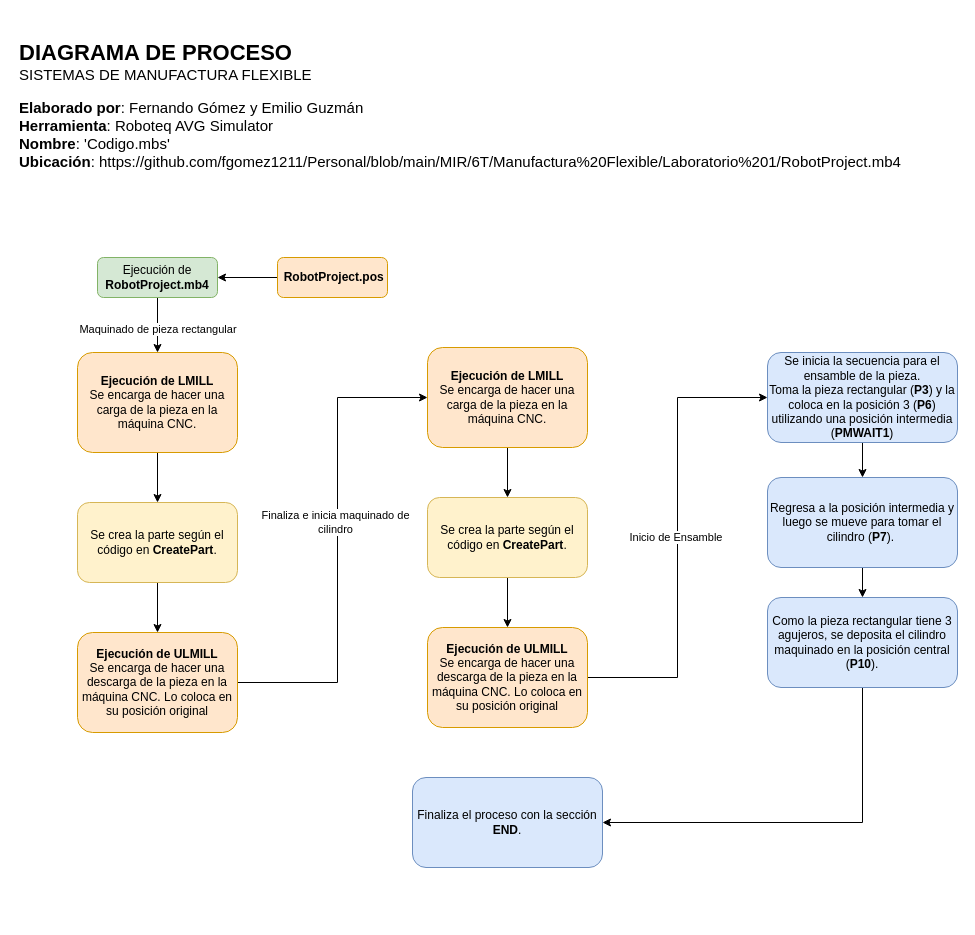
fgomez1211/Personal keeps this draw.io diagram as MIR/6T/Manufactura Flexible/Laboratorio 2/Laboratorio 2 - Diagrama de Proceso.drawio. Above is the earlier version. Source tidied: cells renumbered, new cells numbered last; positions are measured from the earlier drawing's top-left corner, leaving out a move shared by most shapes. Both pictures are drawn from the tidied source at 100%, with x=0, y=0 at pixel (17, 17).
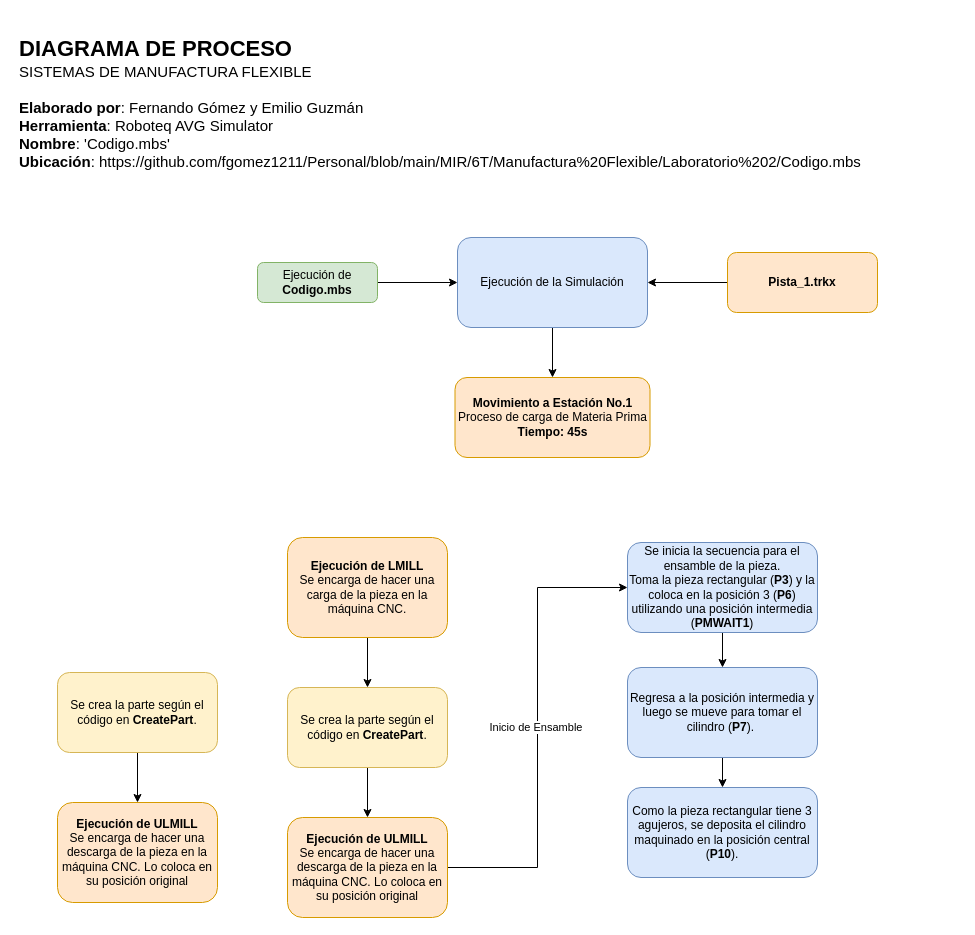
After the change.

Diff of the diagram source:
```diff
@@
-    <mxCell id="2" style="edgeStyle=orthogonalEdgeStyle;rounded=0;jettySize=auto;html=1;" parent="1" edge="1" source="4" target="6">
-      <mxGeometry relative="1" as="geometry" />
-    </mxCell>
-    <mxCell id="3" value="Maquinado de pieza rectangular&amp;nbsp;" style="edgeLabel;html=1;align=center;verticalAlign=middle;" parent="2" vertex="1">
-      <mxGeometry x="0.13" y="1" relative="1" as="geometry" />
-    </mxCell>
+    <mxCell id="28" style="edgeStyle=orthogonalEdgeStyle;rounded=0;jettySize=auto;html=1;exitX=1;exitY=0.5;exitDx=0;exitDy=0;" parent="1" edge="1" source="4" target="27">
+      <mxGeometry relative="1" as="geometry" />
+    </mxCell>
-    <mxCell id="4" value="Ejecución de &lt;b&gt;RobotProject.mb4&lt;/b&gt;" style="rounded=1;whiteSpace=wrap;html=1;fontSize=12;glass=0;strokeWidth=1;shadow=0;fillColor=#d5e8d4;strokeColor=#82b366;" parent="1" vertex="1">
-      <mxGeometry x="80" y="240" width="120" height="40" as="geometry" />
+    <mxCell id="4" value="Ejecución de &lt;b&gt;Codigo.mbs&lt;/b&gt;" style="rounded=1;whiteSpace=wrap;html=1;fontSize=12;glass=0;strokeWidth=1;shadow=0;fillColor=#d5e8d4;strokeColor=#82b366;" parent="1" vertex="1">
+      <mxGeometry x="240" y="245" width="120" height="40" as="geometry" />
     </mxCell>
-    <mxCell id="5" style="edgeStyle=orthogonalEdgeStyle;rounded=0;jettySize=auto;html=1;" parent="1" edge="1" source="6" target="8">
-      <mxGeometry relative="1" as="geometry" />
-    </mxCell>
-    <mxCell id="6" value="&lt;b&gt;Ejecución de LMILL&lt;br&gt;&lt;/b&gt;Se encarga de hacer una carga de la pieza en la máquina CNC." style="whiteSpace=wrap;html=1;rounded=1;glass=0;strokeWidth=1;shadow=0;fillColor=#ffe6cc;strokeColor=#d79b00;" parent="1" vertex="1">
-      <mxGeometry x="60" y="335" width="160" height="100" as="geometry" />
+    <mxCell id="6" value="&lt;b&gt;Movimiento a Estación No.1&lt;/b&gt;&lt;br&gt;Proceso de carga de Materia Prima&lt;br&gt;&lt;b&gt;Tiempo: 45s&lt;/b&gt;" style="whiteSpace=wrap;html=1;rounded=1;glass=0;strokeWidth=1;shadow=0;fillColor=#ffe6cc;strokeColor=#d79b00;" parent="1" vertex="1">
+      <mxGeometry x="437.5" y="360" width="195" height="80" as="geometry" />
     </mxCell>
@@
     <mxCell id="8" value="Se crea la parte según el código en &lt;b&gt;CreatePart&lt;/b&gt;." style="whiteSpace=wrap;html=1;rounded=1;glass=0;strokeWidth=1;shadow=0;fillColor=#fff2cc;strokeColor=#d6b656;" parent="1" vertex="1">
-      <mxGeometry x="60" y="485" width="160" height="80" as="geometry" />
+      <mxGeometry x="40" y="655" width="160" height="80" as="geometry" />
     </mxCell>
@@
     <mxCell id="10" value="Se inicia la secuencia para el ensamble de la pieza. &lt;br&gt;Toma la pieza rectangular (&lt;b&gt;P3&lt;/b&gt;) y la coloca en la posición 3 (&lt;b&gt;P6&lt;/b&gt;) utilizando una posición intermedia (&lt;b&gt;PMWAIT1&lt;/b&gt;)" style="whiteSpace=wrap;html=1;rounded=1;glass=0;strokeWidth=1;shadow=0;fillColor=#dae8fc;strokeColor=#6c8ebf;" parent="1" vertex="1">
-      <mxGeometry x="750" y="335" width="190" height="90" as="geometry" />
+      <mxGeometry x="610" y="525" width="190" height="90" as="geometry" />
     </mxCell>
-    <mxCell id="11" value="&lt;b style=&quot;font-size: 22px;&quot;&gt;DIAGRAMA DE PROCESO&lt;br&gt;&lt;/b&gt;&lt;font style=&quot;&quot;&gt;&lt;span style=&quot;font-size: 15px;&quot;&gt;SISTEMAS DE MANUFACTURA FLEXIBLE&lt;br&gt;&lt;/span&gt;&lt;br&gt;&lt;span style=&quot;font-size: 15px;&quot;&gt;&lt;b&gt;Elaborado por&lt;/b&gt;: Fernando Gómez y Emilio Guzmán&lt;/span&gt;&lt;br&gt;&lt;span style=&quot;font-size: 15px;&quot;&gt;&lt;b&gt;Herramienta&lt;/b&gt;: Roboteq AVG Simulator&lt;/span&gt;&lt;br&gt;&lt;span style=&quot;font-size: 15px;&quot;&gt;&lt;b&gt;Nombre&lt;/b&gt;: 'Codigo.mbs'&lt;/span&gt;&lt;br&gt;&lt;span style=&quot;font-size: 15px;&quot;&gt;&lt;b&gt;Ubicación&lt;/b&gt;:&amp;nbsp;https://github.com/fgomez1211/Personal/blob/main/MIR/6T/Manufactura%20Flexible/Laboratorio%201/RobotProject.mb4&lt;/span&gt;&lt;br&gt;&lt;br&gt;&lt;/font&gt;" style="text;html=1;strokeColor=none;fillColor=none;align=left;verticalAlign=middle;whiteSpace=wrap;rounded=0;" parent="1" vertex="1">
-      <mxGeometry width="920" height="190" as="geometry" />
+    <mxCell id="11" value="&lt;b style=&quot;font-size: 22px;&quot;&gt;DIAGRAMA DE PROCESO&lt;br&gt;&lt;/b&gt;&lt;font style=&quot;font-size: 15px;&quot;&gt;&lt;span style=&quot;font-size: 15px;&quot;&gt;SISTEMAS DE MANUFACTURA FLEXIBLE&lt;br&gt;&lt;/span&gt;&lt;br&gt;&lt;span style=&quot;font-size: 15px;&quot;&gt;&lt;b&gt;Elaborado por&lt;/b&gt;: Fernando Gómez y Emilio Guzmán&lt;/span&gt;&lt;br&gt;&lt;span style=&quot;font-size: 15px;&quot;&gt;&lt;b&gt;Herramienta&lt;/b&gt;: Roboteq AVG Simulator&lt;/span&gt;&lt;br&gt;&lt;span style=&quot;font-size: 15px;&quot;&gt;&lt;b&gt;Nombre&lt;/b&gt;: 'Codigo.mbs'&lt;/span&gt;&lt;br&gt;&lt;font style=&quot;font-size: 15px;&quot;&gt;&lt;b&gt;Ubicación&lt;/b&gt;:&amp;nbsp;https://github.com/fgomez1211/Personal/blob/main/MIR/6T/Manufactura%20Flexible/Laboratorio%202/Codigo.mbs&lt;br&gt;&lt;/font&gt;&lt;br&gt;&lt;/font&gt;" style="text;html=1;strokeColor=none;fillColor=none;align=left;verticalAlign=middle;whiteSpace=wrap;rounded=0;" parent="1" vertex="1">
+      <mxGeometry width="860" height="190" as="geometry" />
     </mxCell>
-    <mxCell id="12" style="edgeStyle=orthogonalEdgeStyle;rounded=0;jettySize=auto;html=1;entryX=1;entryY=0.5;entryDx=0;entryDy=0;" parent="1" edge="1" source="13" target="4">
+    <mxCell id="12" style="edgeStyle=orthogonalEdgeStyle;rounded=0;jettySize=auto;html=1;entryX=1;entryY=0.5;entryDx=0;entryDy=0;" parent="1" edge="1" source="13" target="27">
       <mxGeometry relative="1" as="geometry" />
     </mxCell>
-    <mxCell id="13" value="&amp;nbsp;&lt;b&gt;RobotProject.pos&lt;/b&gt;" style="whiteSpace=wrap;html=1;rounded=1;glass=0;strokeWidth=1;shadow=0;fillColor=#ffe6cc;strokeColor=#d79b00;" parent="1" vertex="1">
-      <mxGeometry x="260" y="240" width="110" height="40" as="geometry" />
+    <mxCell id="13" value="&lt;b&gt;Pista_1.trkx&lt;/b&gt;" style="whiteSpace=wrap;html=1;rounded=1;glass=0;strokeWidth=1;shadow=0;fillColor=#ffe6cc;strokeColor=#d79b00;" parent="1" vertex="1">
+      <mxGeometry x="710" y="235" width="150" height="60" as="geometry" />
     </mxCell>
-    <mxCell id="14" style="edgeStyle=orthogonalEdgeStyle;rounded=0;jettySize=auto;html=1;entryX=0;entryY=0.5;entryDx=0;entryDy=0;" parent="1" edge="1" source="16" target="18">
-      <mxGeometry relative="1" as="geometry">
-        <Array as="points">
-          <mxPoint x="320" y="665" />
-          <mxPoint x="320" y="380" />
-        </Array>
-      </mxGeometry>
-    </mxCell>
-    <mxCell id="15" value="Finaliza e inicia maquinado de&lt;br&gt;cilindro" style="edgeLabel;html=1;align=center;verticalAlign=middle;" parent="14" vertex="1">
-      <mxGeometry x="0.1" y="3" relative="1" as="geometry" />
-    </mxCell>
     <mxCell id="16" value="&lt;b&gt;Ejecución de ULMILL&lt;br&gt;&lt;/b&gt;Se encarga de hacer una descarga de la pieza en la máquina CNC. Lo coloca en su posición original" style="whiteSpace=wrap;html=1;rounded=1;glass=0;strokeWidth=1;shadow=0;fillColor=#ffe6cc;strokeColor=#d79b00;" parent="1" vertex="1">
-      <mxGeometry x="60" y="615" width="160" height="100" as="geometry" />
+      <mxGeometry x="40" y="785" width="160" height="100" as="geometry" />
     </mxCell>
@@
     <mxCell id="18" value="&lt;b&gt;Ejecución de LMILL&lt;br&gt;&lt;/b&gt;Se encarga de hacer una carga de la pieza en la máquina CNC." style="whiteSpace=wrap;html=1;rounded=1;glass=0;strokeWidth=1;shadow=0;fillColor=#ffe6cc;strokeColor=#d79b00;" parent="1" vertex="1">
-      <mxGeometry x="410" y="330" width="160" height="100" as="geometry" />
+      <mxGeometry x="270" y="520" width="160" height="100" as="geometry" />
     </mxCell>
@@
     <mxCell id="20" value="Se crea la parte según el código en &lt;b&gt;CreatePart&lt;/b&gt;." style="whiteSpace=wrap;html=1;rounded=1;glass=0;strokeWidth=1;shadow=0;fillColor=#fff2cc;strokeColor=#d6b656;" parent="1" vertex="1">
-      <mxGeometry x="410" y="480" width="160" height="80" as="geometry" />
+      <mxGeometry x="270" y="670" width="160" height="80" as="geometry" />
     </mxCell>
     <mxCell id="21" value="Inicio de Ensamble&amp;nbsp;" style="edgeStyle=orthogonalEdgeStyle;rounded=0;jettySize=auto;html=1;exitX=1;exitY=0.5;exitDx=0;exitDy=0;entryX=0;entryY=0.5;entryDx=0;entryDy=0;" parent="1" edge="1" source="22" target="10">
       <mxGeometry relative="1" as="geometry">
         <Array as="points">
-          <mxPoint x="660" y="660" />
-          <mxPoint x="660" y="380" />
+          <mxPoint x="520" y="850" />
+          <mxPoint x="520" y="570" />
         </Array>
       </mxGeometry>
     </mxCell>
     <mxCell id="22" value="&lt;b&gt;Ejecución de ULMILL&lt;br&gt;&lt;/b&gt;Se encarga de hacer una descarga de la pieza en la máquina CNC. Lo coloca en su posición original" style="whiteSpace=wrap;html=1;rounded=1;glass=0;strokeWidth=1;shadow=0;fillColor=#ffe6cc;strokeColor=#d79b00;" parent="1" vertex="1">
-      <mxGeometry x="410" y="610" width="160" height="100" as="geometry" />
+      <mxGeometry x="270" y="800" width="160" height="100" as="geometry" />
     </mxCell>
@@
     <mxCell id="24" value="Regresa a la posición intermedia y luego se mueve para tomar el cilindro (&lt;b&gt;P7&lt;/b&gt;).&amp;nbsp;" style="whiteSpace=wrap;html=1;rounded=1;glass=0;strokeWidth=1;shadow=0;fillColor=#dae8fc;strokeColor=#6c8ebf;" parent="1" vertex="1">
-      <mxGeometry x="750" y="460" width="190" height="90" as="geometry" />
+      <mxGeometry x="610" y="650" width="190" height="90" as="geometry" />
     </mxCell>
-    <mxCell id="25" style="edgeStyle=orthogonalEdgeStyle;rounded=0;jettySize=auto;html=1;exitX=0.5;exitY=1;exitDx=0;exitDy=0;entryX=1;entryY=0.5;entryDx=0;entryDy=0;" parent="1" edge="1" source="26" target="27">
-      <mxGeometry relative="1" as="geometry" />
-    </mxCell>
     <mxCell id="26" value="Como la pieza rectangular tiene 3 agujeros, se deposita el cilindro maquinado en la posición central (&lt;b&gt;P10&lt;/b&gt;)." style="whiteSpace=wrap;html=1;rounded=1;glass=0;strokeWidth=1;shadow=0;fillColor=#dae8fc;strokeColor=#6c8ebf;" parent="1" vertex="1">
-      <mxGeometry x="750" y="580" width="190" height="90" as="geometry" />
+      <mxGeometry x="610" y="770" width="190" height="90" as="geometry" />
     </mxCell>
+    <mxCell id="29" style="edgeStyle=orthogonalEdgeStyle;rounded=0;jettySize=auto;html=1;exitX=0.5;exitY=1;exitDx=0;exitDy=0;entryX=0.5;entryY=0;entryDx=0;entryDy=0;" parent="1" edge="1" source="27" target="6">
+      <mxGeometry relative="1" as="geometry" />
+    </mxCell>
-    <mxCell id="27" value="Finaliza el proceso con la sección&lt;br&gt;&lt;b&gt;END&lt;/b&gt;." style="whiteSpace=wrap;html=1;rounded=1;glass=0;strokeWidth=1;shadow=0;fillColor=#dae8fc;strokeColor=#6c8ebf;" parent="1" vertex="1">
-      <mxGeometry x="395" y="760" width="190" height="90" as="geometry" />
+    <mxCell id="27" value="Ejecución de la Simulación" style="whiteSpace=wrap;html=1;rounded=1;glass=0;strokeWidth=1;shadow=0;fillColor=#dae8fc;strokeColor=#6c8ebf;" parent="1" vertex="1">
+      <mxGeometry x="440" y="220" width="190" height="90" as="geometry" />
     </mxCell>
```
